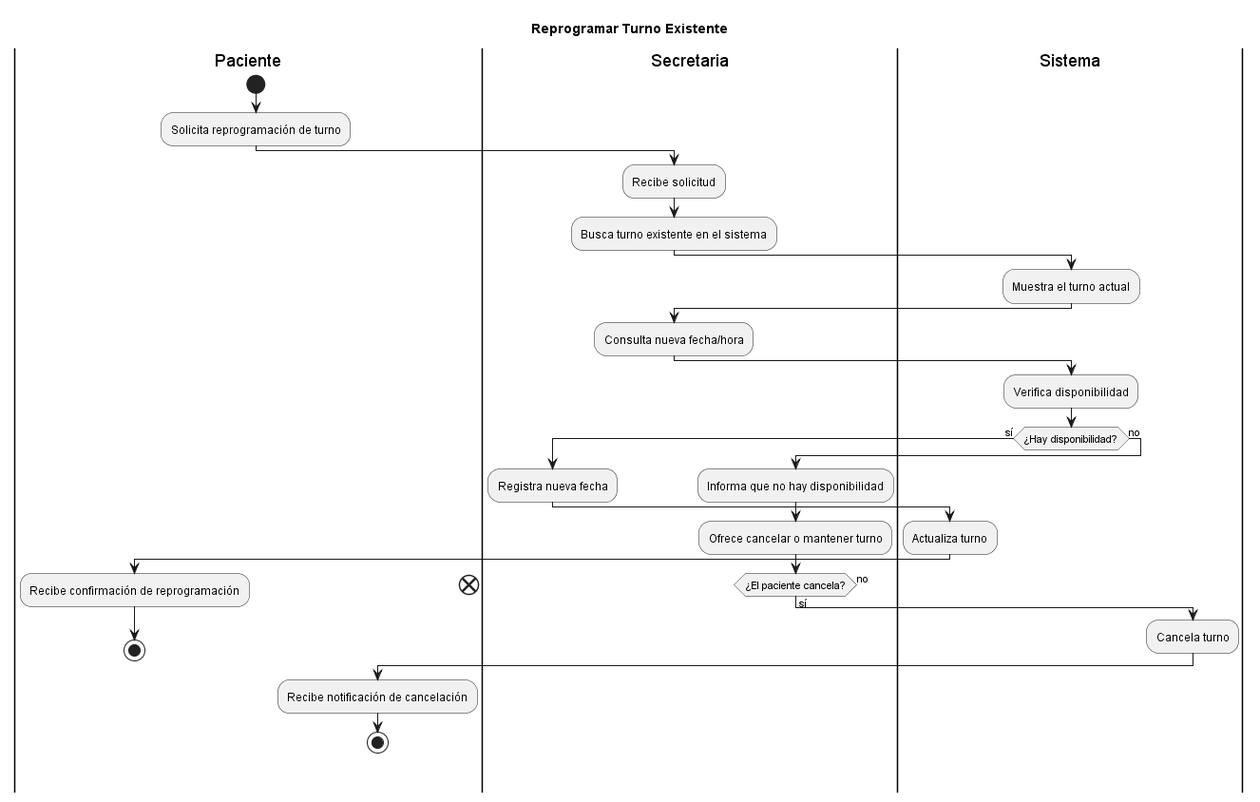
This is diagramas/04-diagramas-actividades/04-actividad-reprogramar-turno-existente-02.png from Purezaamor/SistemaTurnosMedicos, a PlantUML export, as it was before one commit.
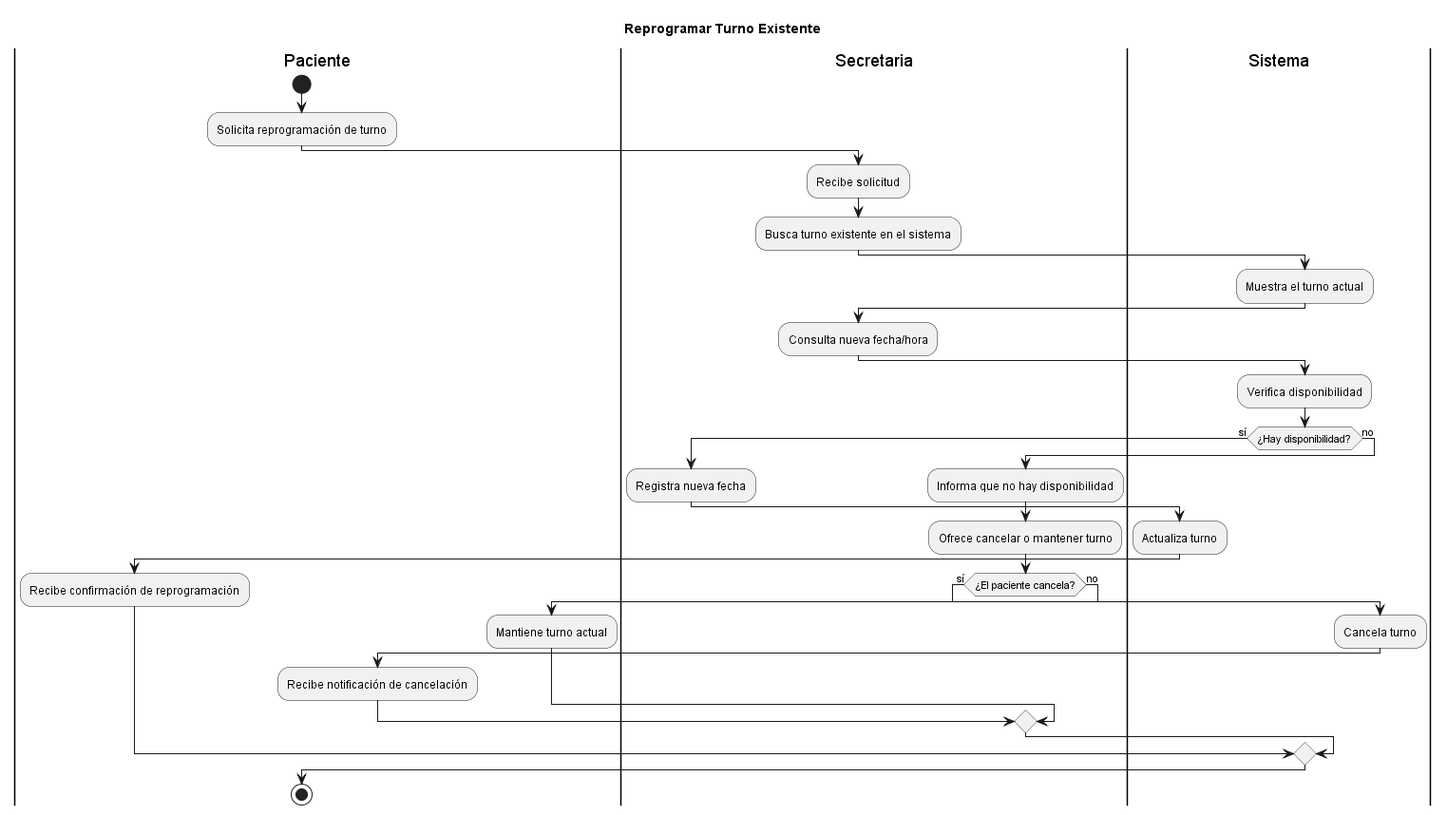
After the change.

Commit message:
fix: RC1, RC2, RC3 - TITLE y un solo STOP

What changed in the source:
```diff
@@ -1,5 +1,6 @@
 @startuml
 title "Reprogramar Turno Existente"
+
 |Paciente|
 start
 :Solicita reprogramación de turno;
@@ -10,31 +11,47 @@
 
 |Sistema|
 :Muestra el turno actual;
+
 |Secretaria|
 :Consulta nueva fecha/hora;
+
 |Sistema|
 :Verifica disponibilidad;
 
 if (¿Hay disponibilidad?) then (sí)
+
   |Secretaria|
   :Registra nueva fecha;
+
   |Sistema|
   :Actualiza turno;
+
   |Paciente|
   :Recibe confirmación de reprogramación;
-  stop
+
 else (no)
+
   |Secretaria|
   :Informa que no hay disponibilidad;
   :Ofrece cancelar o mantener turno;
+
   if (¿El paciente cancela?) then (sí)
+
     |Sistema|
     :Cancela turno;
+
     |Paciente|
     :Recibe notificación de cancelación;
-    stop
+
   else (no)
-    end
+
+    |Paciente|
+    :Mantiene turno actual;
+
   endif
+
 endif
+
+stop
+
 @enduml
```
